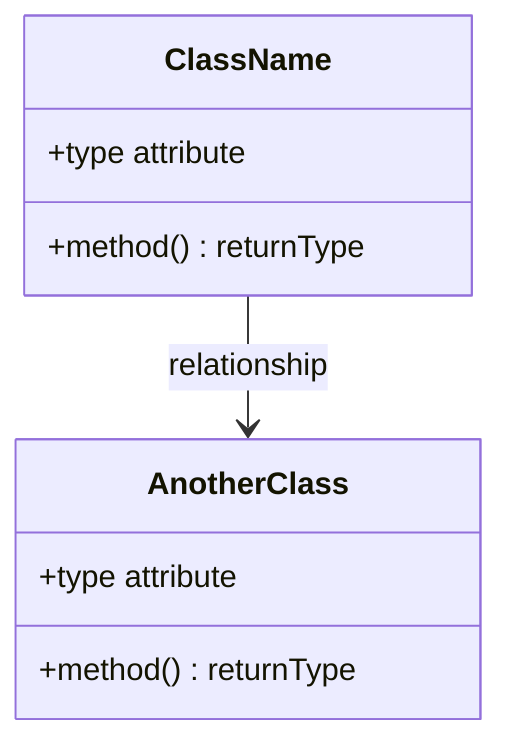
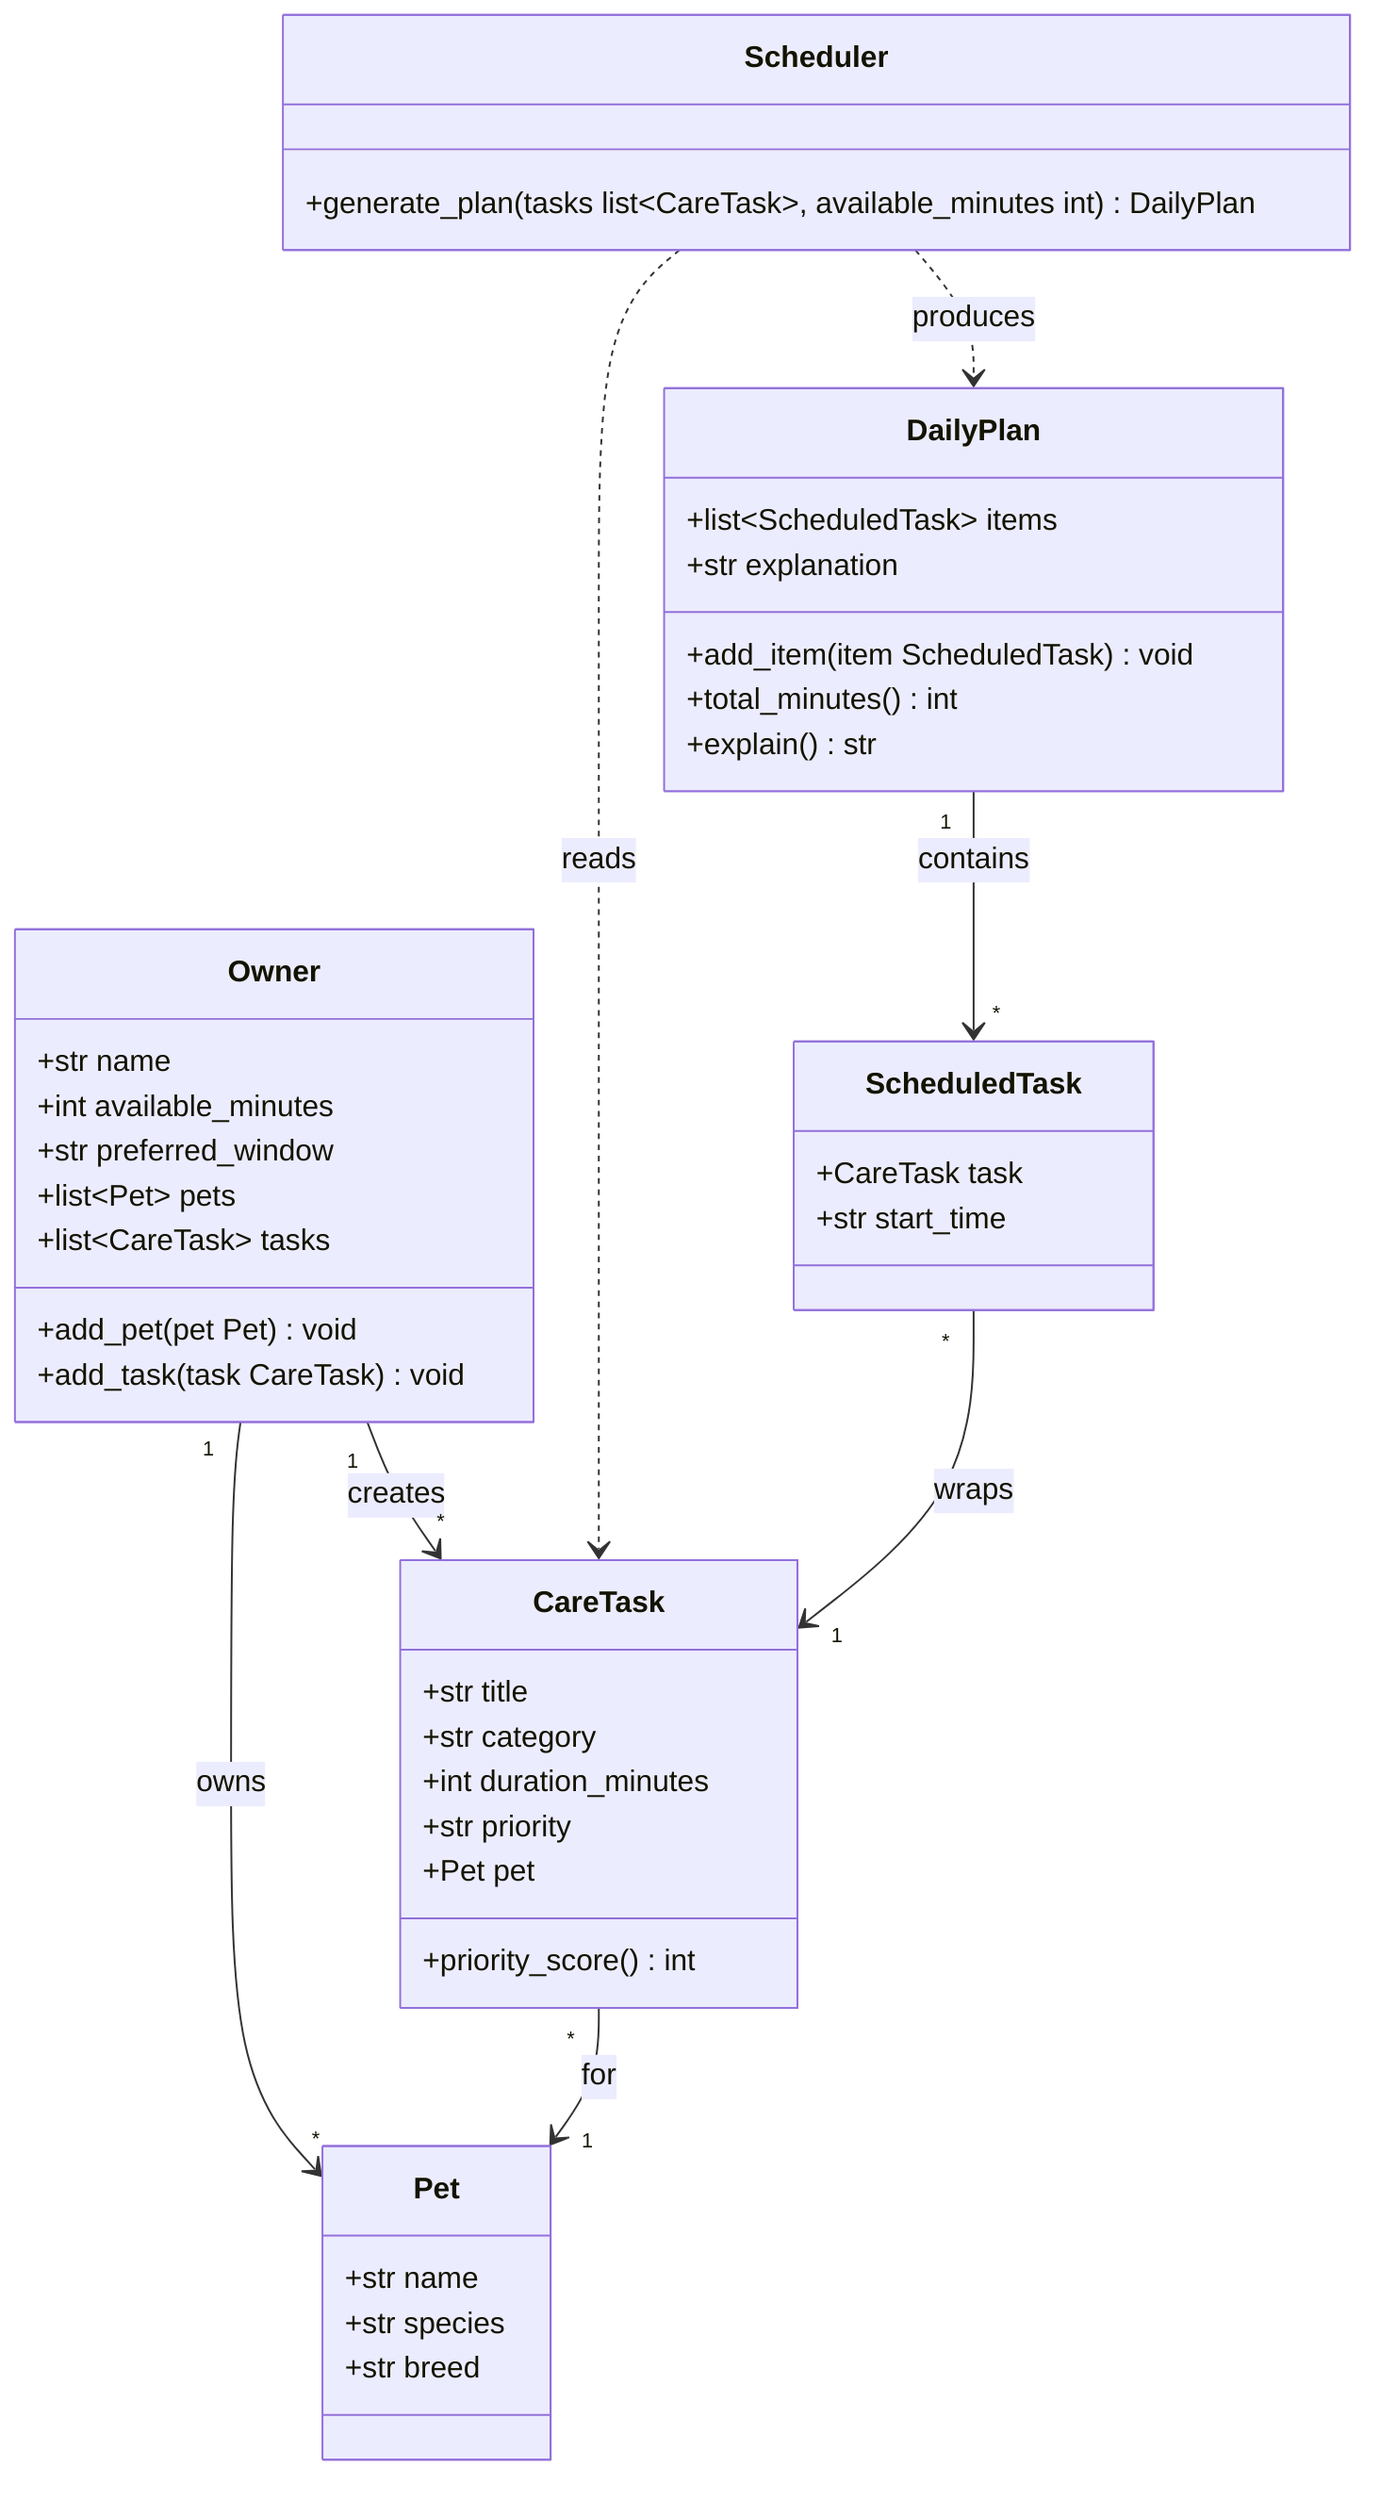
classDiagram
-     %% Replace the placeholders below with your actual classes, attributes, methods, and relationships.
-     %% Keep this file updated so it matches your final implementation.
+     %% PawPal+ working UML draft (Phase 2). Update in Phase 6 to match final code.

-     class ClassName {
-         +type attribute
-         +method() returnType
+     class Owner {
+         +str name
+         +int available_minutes
+         +str preferred_window
+         +list~Pet~ pets
+         +list~CareTask~ tasks
+         +add_pet(pet Pet) void
+         +add_task(task CareTask) void
    }

-     class AnotherClass {
-         +type attribute
-         +method() returnType
+     class Pet {
+         +str name
+         +str species
+         +str breed
    }

-     ClassName --> AnotherClass : relationship
+     class CareTask {
+         +str title
+         +str category
+         +int duration_minutes
+         +str priority
+         +Pet pet
+         +priority_score() int
+     }
+ 
+     class Scheduler {
+         +generate_plan(tasks list~CareTask~, available_minutes int) DailyPlan
+     }
+ 
+     class DailyPlan {
+         +list~ScheduledTask~ items
+         +str explanation
+         +add_item(item ScheduledTask) void
+         +total_minutes() int
+         +explain() str
+     }
+ 
+     class ScheduledTask {
+         +CareTask task
+         +str start_time
+     }
+ 
+     Owner "1" --> "*" Pet : owns
+     Owner "1" --> "*" CareTask : creates
+     CareTask "*" --> "1" Pet : for
+     Scheduler ..> CareTask : reads
+     Scheduler ..> DailyPlan : produces
+     DailyPlan "1" --> "*" ScheduledTask : contains
+     ScheduledTask "*" --> "1" CareTask : wraps
